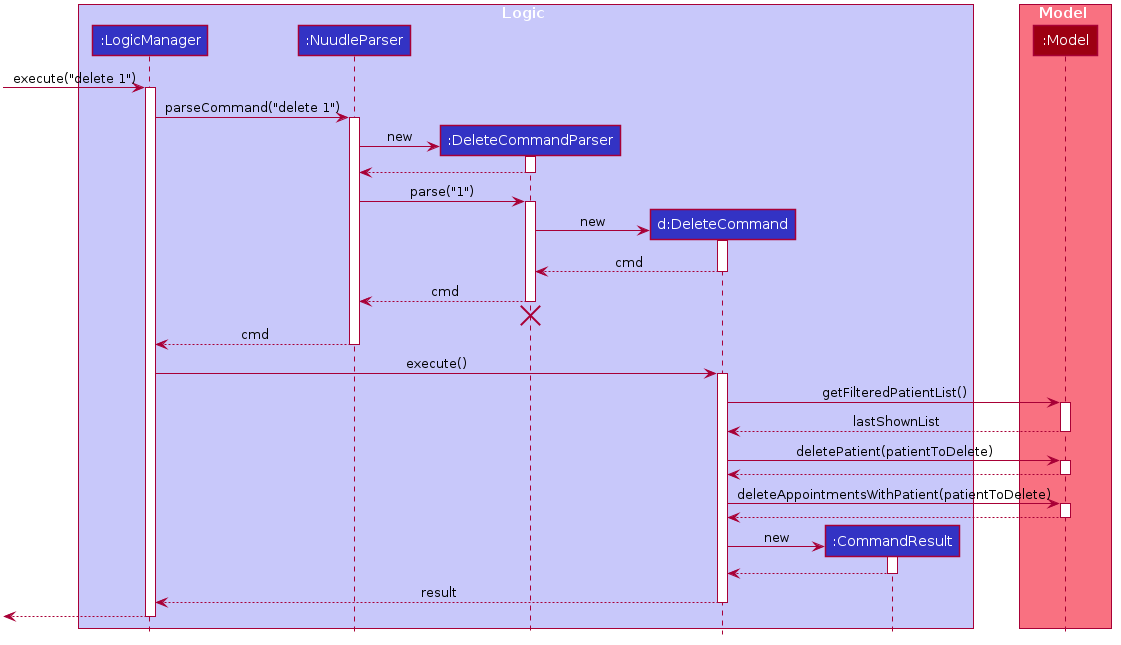
Earlier version of the PlantUML export docs/images/DeleteSequenceDiagram.png (xz0127/tp).
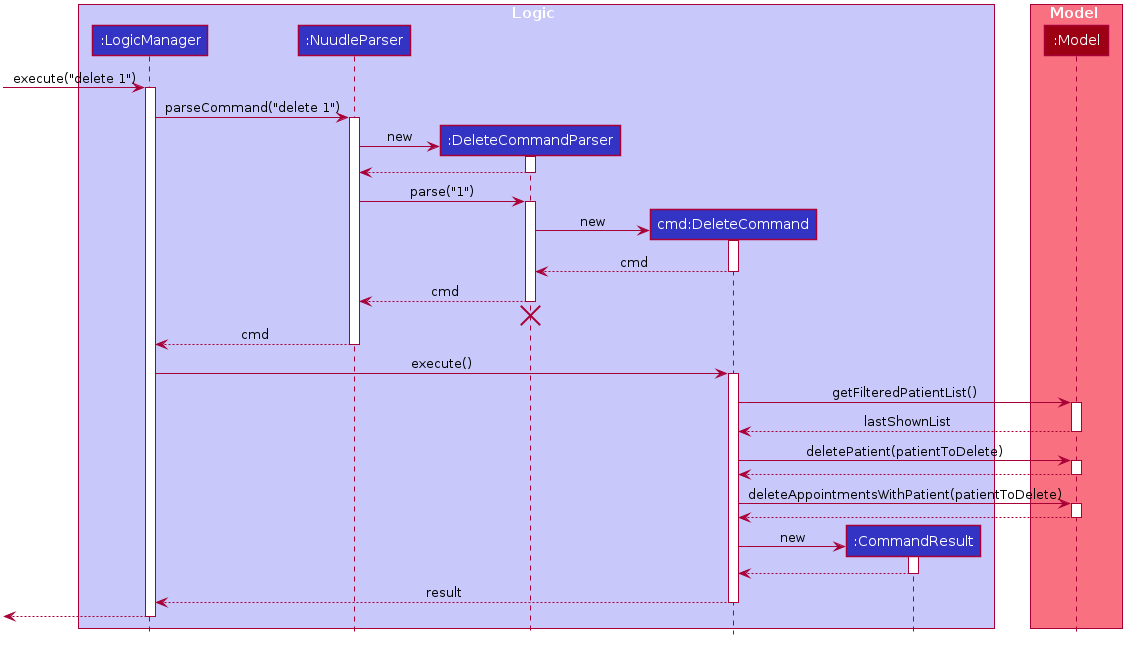
Later version of the same file.

Commit message:
Generate PNG images for PlantUML diagrams

The edit, as a diff of the source:
```diff
@@ -52,7 +52,7 @@
 participant ":LogicManager" as LogicManager #3333C4
 participant ":NuudleParser" as NuudleParser #3333C4
 participant ":DeleteCommandParser" as DeleteCommandParser #3333C4
-participant "d:DeleteCommand" as DeleteCommand #3333C4
+participant "cmd:DeleteCommand" as DeleteCommand #3333C4
 participant ":CommandResult" as CommandResult #3333C4
 end box
 
```
